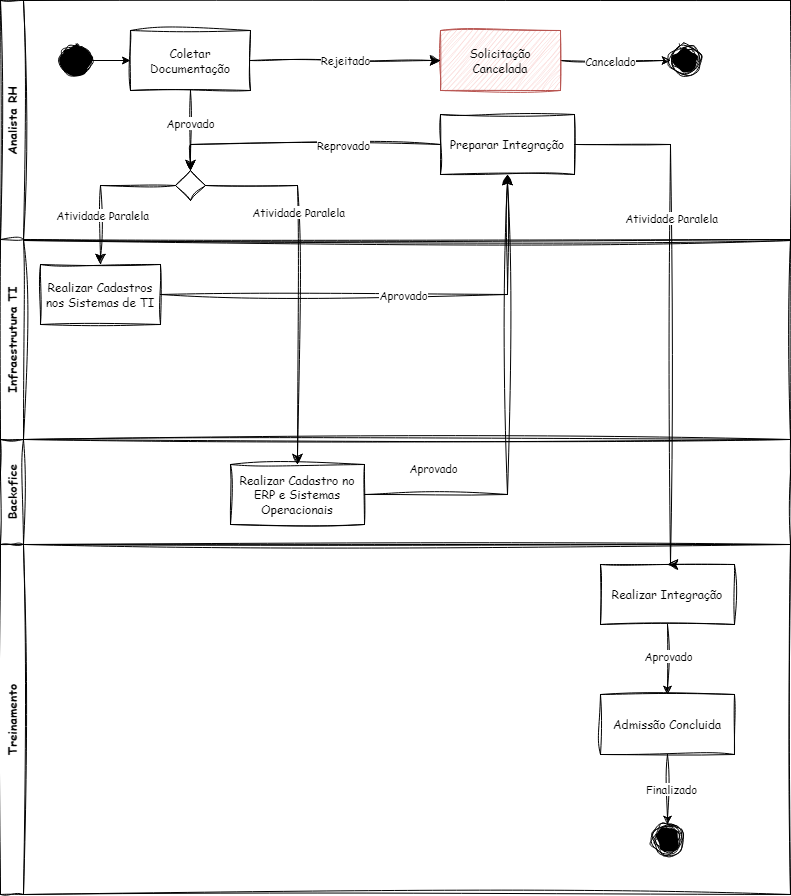
Before: instituto_langchain/busca_sql/docs/admissao_colaborador.drawio.png, a diagram exported from draw.io (Ro-Goncalves/instituto-langchain). Source tidied: cells renumbered, new cells last; positions are measured from the earlier drawing's top-left corner, leaving out a move shared by most shapes.
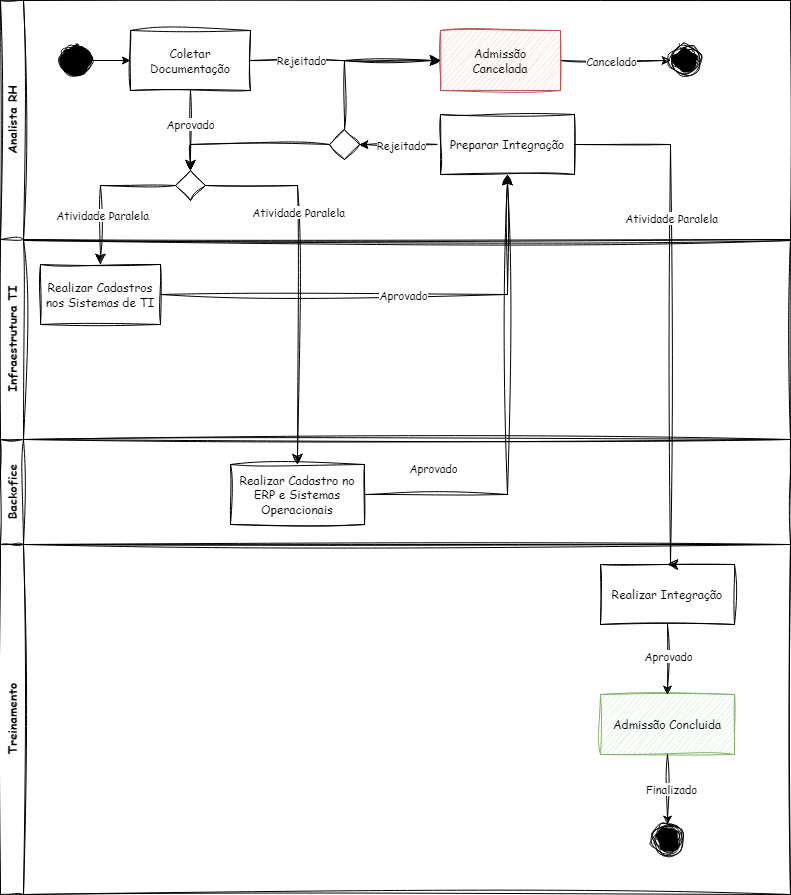
The same file after the commit.

Commit message:
feat(busca_sql): Finalizado a documentação do Processo Admissão Colaborador

What changed in the source:
```diff
@@ -22,7 +22,7 @@
         <mxPoint x="14" y="-2" as="offset" />
       </mxGeometry>
     </mxCell>
-    <mxCell id="8" value="&lt;span style=&quot;color: rgb(0, 0, 0);&quot;&gt;Solicitação&lt;/span&gt;&lt;div&gt;&lt;span style=&quot;color: rgb(0, 0, 0);&quot;&gt;Cancelada&lt;/span&gt;&lt;/div&gt;" style="rounded=0;whiteSpace=wrap;html=1;sketch=1;curveFitting=1;jiggle=2;fontFamily=Comic Sans MS;fillColor=#f8cecc;strokeColor=#b85450;" parent="2" vertex="1">
+    <mxCell id="8" value="&lt;span style=&quot;color: rgb(0, 0, 0);&quot;&gt;Admissão&lt;/span&gt;&lt;div&gt;&lt;span style=&quot;color: rgb(0, 0, 0);&quot;&gt;Cancelada&lt;/span&gt;&lt;/div&gt;" style="rounded=0;whiteSpace=wrap;html=1;sketch=1;curveFitting=1;jiggle=2;fontFamily=Comic Sans MS;fillColor=#f8cecc;strokeColor=#b85450;" parent="2" vertex="1">
       <mxGeometry x="440" y="30" width="120" height="60" as="geometry" />
     </mxCell>
     <mxCell id="9" style="ellipse;html=1;shape=endState;fillColor=strokeColor;sketch=1;curveFitting=1;jiggle=2;" parent="2" vertex="1">
@@ -37,7 +37,7 @@
     </mxCell>
     <mxCell id="11" value="&lt;font face=&quot;Comic Sans MS&quot;&gt;Rejeitado&lt;/font&gt;" style="edgeLabel;html=1;align=center;verticalAlign=middle;" parent="10" vertex="1">
       <mxGeometry x="-0.15" relative="1" as="geometry">
-        <mxPoint x="13" as="offset" />
+        <mxPoint x="-31" as="offset" />
       </mxGeometry>
     </mxCell>
     <mxCell id="12" style="rhombus;sketch=1;curveFitting=1;jiggle=2;" parent="2" vertex="1">
@@ -49,6 +49,23 @@
     <mxCell id="14" value="Aprovado" style="edgeLabel;html=1;align=center;verticalAlign=middle;fontFamily=Comic Sans MS;" parent="13" vertex="1">
       <mxGeometry x="-0.18" y="-1" relative="1" as="geometry" />
     </mxCell>
+    <mxCell id="40" style="rhombus;sketch=1;curveFitting=1;jiggle=2;" parent="2" vertex="1">
+      <mxGeometry x="329" y="129" width="30" height="30" as="geometry" />
+    </mxCell>
+    <mxCell id="36" style="edgeStyle=elbowEdgeStyle;elbow=horizontal;endArrow=classic;html=1;curved=0;rounded=0;endSize=8;startSize=8;entryX=0.5;entryY=0;entryDx=0;entryDy=0;sketch=1;curveFitting=1;jiggle=2;exitX=0;exitY=0.5;exitDx=0;exitDy=0;" parent="2" edge="1" source="40" target="12">
+      <mxGeometry relative="1" as="geometry">
+        <Array as="points">
+          <mxPoint x="190" y="144" />
+        </Array>
+      </mxGeometry>
+    </mxCell>
+    <mxCell id="41" style="edgeStyle=elbowEdgeStyle;elbow=horizontal;endArrow=classic;html=1;curved=0;rounded=0;endSize=8;startSize=8;entryX=0;entryY=0.5;entryDx=0;entryDy=0;sketch=1;curveFitting=1;jiggle=2;exitX=0.5;exitY=0;exitDx=0;exitDy=0;" parent="2" edge="1" source="40" target="8">
+      <mxGeometry relative="1" as="geometry">
+        <Array as="points">
+          <mxPoint x="344" y="94" />
+        </Array>
+      </mxGeometry>
+    </mxCell>
     <mxCell id="15" value="Infraestrutura TI" style="swimlane;horizontal=0;whiteSpace=wrap;html=1;fontFamily=Comic Sans MS;sketch=1;curveFitting=1;jiggle=2;" parent="1" vertex="1">
       <mxGeometry y="239" width="790" height="200" as="geometry" />
     </mxCell>
@@ -67,7 +84,7 @@
     <mxCell id="20" value="Realizar Integração" style="rounded=0;whiteSpace=wrap;html=1;sketch=1;curveFitting=1;jiggle=2;fontFamily=Comic Sans MS;" parent="19" vertex="1">
       <mxGeometry x="600" y="20" width="134" height="60" as="geometry" />
     </mxCell>
-    <mxCell id="21" value="Admissão Concluida" style="rounded=0;whiteSpace=wrap;html=1;sketch=1;curveFitting=1;jiggle=2;fontFamily=Comic Sans MS;" parent="19" vertex="1">
+    <mxCell id="21" value="Admissão Concluida" style="rounded=0;whiteSpace=wrap;html=1;sketch=1;curveFitting=1;jiggle=2;fontFamily=Comic Sans MS;fillColor=#d5e8d4;strokeColor=#82b366;" parent="19" vertex="1">
       <mxGeometry x="600" y="150" width="134" height="60" as="geometry" />
     </mxCell>
     <mxCell id="22" style="ellipse;html=1;shape=endState;fillColor=strokeColor;sketch=1;curveFitting=1;jiggle=2;" parent="19" vertex="1">
@@ -111,6 +128,14 @@
         <mxPoint x="-3" y="-11" as="offset" />
       </mxGeometry>
     </mxCell>
+    <mxCell id="42" style="edgeStyle=none;html=1;entryX=1;entryY=0.5;entryDx=0;entryDy=0;sketch=1;curveFitting=1;jiggle=2;" parent="1" edge="1" source="31" target="40">
+      <mxGeometry relative="1" as="geometry" />
+    </mxCell>
+    <mxCell id="43" value="Rejeitado" style="edgeLabel;html=1;align=center;verticalAlign=middle;fontFamily=Comic Sans MS;" parent="42" vertex="1">
+      <mxGeometry x="-0.26" relative="1" as="geometry">
+        <mxPoint x="-10" as="offset" />
+      </mxGeometry>
+    </mxCell>
     <mxCell id="31" value="Preparar Integração" style="rounded=0;whiteSpace=wrap;html=1;sketch=1;curveFitting=1;jiggle=2;fontFamily=Comic Sans MS;" parent="1" vertex="1">
       <mxGeometry x="440" y="114" width="134" height="60" as="geometry" />
     </mxCell>
@@ -138,18 +163,6 @@
         <mxPoint x="-74" y="144" as="offset" />
       </mxGeometry>
     </mxCell>
-    <mxCell id="36" style="edgeStyle=elbowEdgeStyle;elbow=horizontal;endArrow=classic;html=1;curved=0;rounded=0;endSize=8;startSize=8;exitX=0;exitY=0.5;exitDx=0;exitDy=0;entryX=0.5;entryY=0;entryDx=0;entryDy=0;sketch=1;curveFitting=1;jiggle=2;" parent="1" edge="1" source="31" target="12">
-      <mxGeometry relative="1" as="geometry">
-        <Array as="points">
-          <mxPoint x="190" y="144" />
-        </Array>
-      </mxGeometry>
-    </mxCell>
-    <mxCell id="37" value="Reprovado" style="edgeLabel;html=1;align=center;verticalAlign=middle;fontFamily=Comic Sans MS;" parent="36" vertex="1">
-      <mxGeometry x="0.35" y="1" relative="1" as="geometry">
-        <mxPoint x="90" y="-1" as="offset" />
-      </mxGeometry>
-    </mxCell>
     <mxCell id="38" style="edgeStyle=elbowEdgeStyle;elbow=horizontal;endArrow=classic;html=1;curved=0;rounded=0;endSize=8;startSize=8;exitX=1;exitY=0.5;exitDx=0;exitDy=0;entryX=0.5;entryY=0;entryDx=0;entryDy=0;sketch=1;curveFitting=1;jiggle=2;" parent="1" edge="1" source="31" target="20">
       <mxGeometry relative="1" as="geometry">
         <Array as="points">
```
